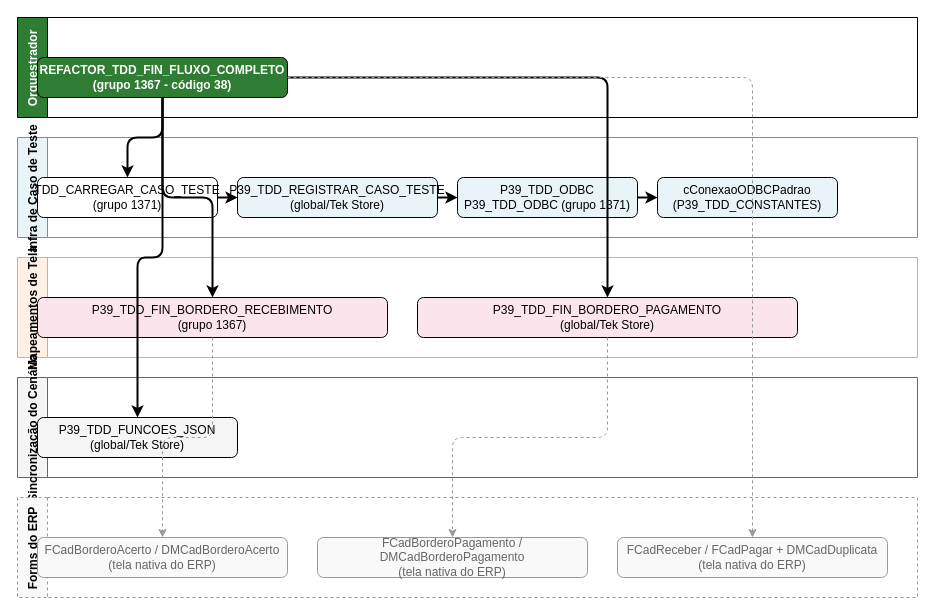
Before: page "Dependências (uses)" (1 of 2) of docs/MAPEAMENTO_AST_USES_UNITS/historico/financeiro/REFACTOR_TDD_FIN_FLUXO_COMPLETO.drawio in ModulosTestesAutomatizados/TestesAutomatizadosERP, a draw.io diagram. Source tidied: cells renumbered, new cells numbered last; positions are measured from the earlier drawing's top-left corner, leaving out a move shared by most shapes. Both pictures are drawn from the tidied source at 100%, with x=0, y=0 at pixel (17, 17).
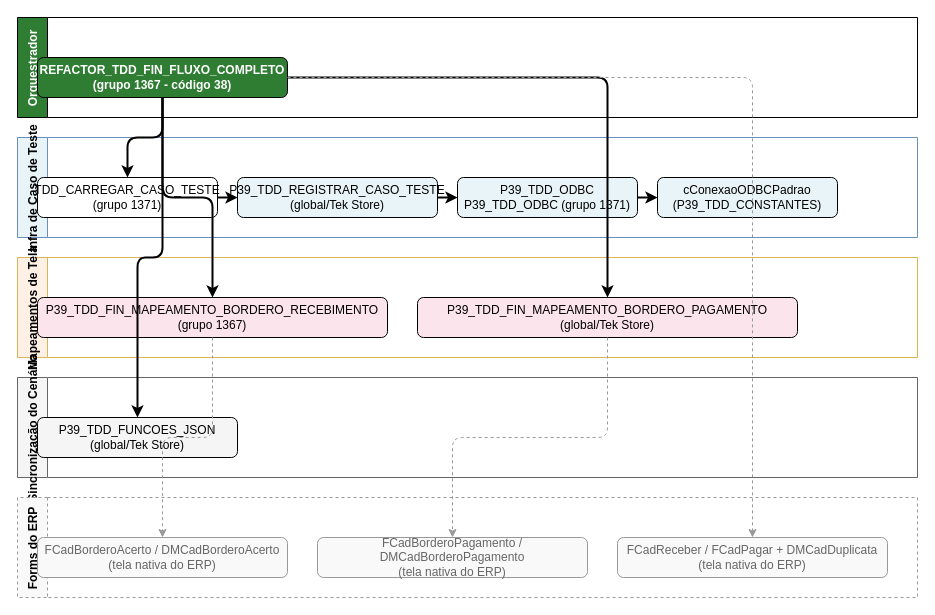
The same page after the edit.

The change refers to these unchanged cells:
```xml
<mxCell id="9" value="Mapeamentos de Tela" style="swimlane;horizontal=0;startSize=30;fillColor=#fff0e6;strokeColor=#d6b656;" parent="1" vertex="1">
  <mxGeometry y="240" width="900" height="100" as="geometry" />
</mxCell>
```

The edit, as a diff of the source:
```diff
@@
-    <mxCell id="10" value="P39_TDD_FIN_BORDERO_RECEBIMENTO&#10;(grupo 1367)" style="rounded=1;whiteSpace=wrap;fillColor=#fce4ec;" parent="9" vertex="1">
+    <mxCell id="10" value="P39_TDD_FIN_MAPEAMENTO_BORDERO_RECEBIMENTO&#10;(grupo 1367)" style="rounded=1;whiteSpace=wrap;fillColor=#fce4ec;" parent="9" vertex="1">
       <mxGeometry x="20" y="40" width="350" height="40" as="geometry" />
     </mxCell>
-    <mxCell id="11" value="P39_TDD_FIN_BORDERO_PAGAMENTO&#10;(global/Tek Store)" style="rounded=1;whiteSpace=wrap;fillColor=#fce4ec;" parent="9" vertex="1">
+    <mxCell id="11" value="P39_TDD_FIN_MAPEAMENTO_BORDERO_PAGAMENTO&#10;(global/Tek Store)" style="rounded=1;whiteSpace=wrap;fillColor=#fce4ec;" parent="9" vertex="1">
       <mxGeometry x="400" y="40" width="380" height="40" as="geometry" />
     </mxCell>
```
